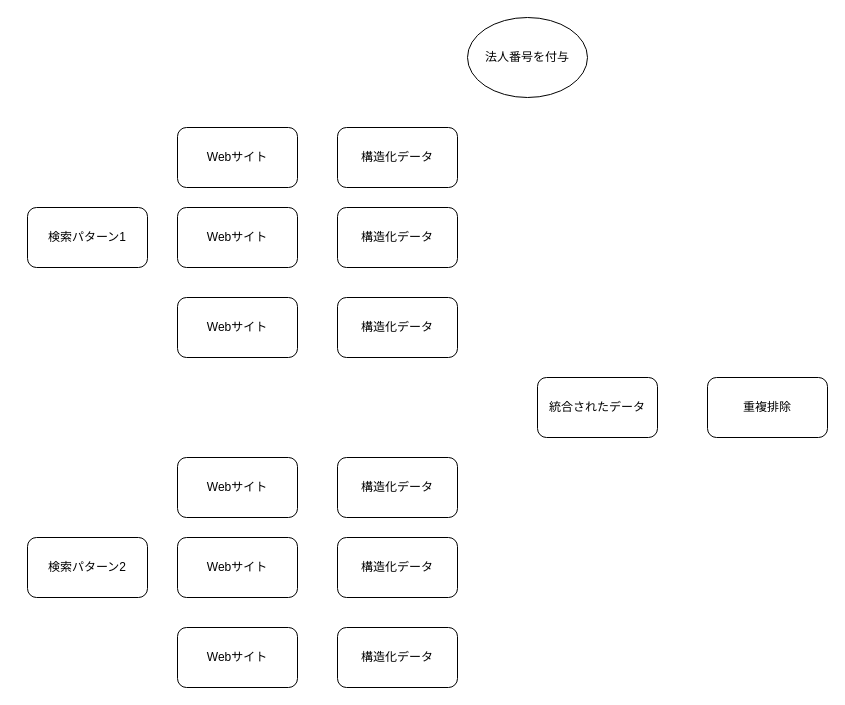
Before: gemini.drawio in gepuro/ai_agent_company_research, a draw.io diagram. Source tidied: cells renumbered, new cells numbered last; positions are measured from the earlier drawing's top-left corner, leaving out a move shared by most shapes. Both pictures are drawn from the tidied source at 100%, with x=0, y=0 at pixel (27, 17).
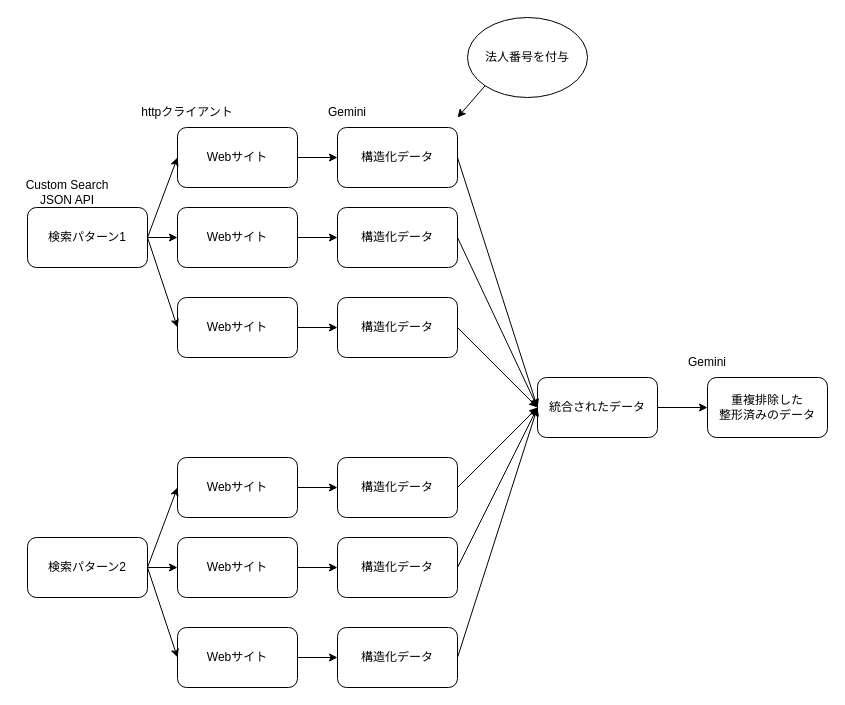
Above is the later version.

Commit message (it also covers changes not shown here):
gemini.drawio を更新します

The change refers to these unchanged cells:
```xml
<mxCell id="2" value="検索パターン1" style="rounded=1;whiteSpace=wrap;html=1;" parent="1" vertex="1">
  <mxGeometry y="190" width="120" height="60" as="geometry" />
</mxCell>
<mxCell id="3" value="Webサイト" style="rounded=1;whiteSpace=wrap;html=1;" parent="1" vertex="1">
  <mxGeometry x="150" y="110" width="120" height="60" as="geometry" />
</mxCell>
<mxCell id="4" value="構造化データ" style="rounded=1;whiteSpace=wrap;html=1;" parent="1" vertex="1">
  <mxGeometry x="310" y="110" width="120" height="60" as="geometry" />
</mxCell>
<mxCell id="5" value="統合されたデータ" style="rounded=1;whiteSpace=wrap;html=1;" parent="1" vertex="1">
  <mxGeometry x="510" y="360" width="120" height="60" as="geometry" />
</mxCell>
<mxCell id="7" value="Webサイト" style="rounded=1;whiteSpace=wrap;html=1;" parent="1" vertex="1">
  <mxGeometry x="150" y="190" width="120" height="60" as="geometry" />
</mxCell>
<mxCell id="8" value="Webサイト" style="rounded=1;whiteSpace=wrap;html=1;" parent="1" vertex="1">
  <mxGeometry x="150" y="280" width="120" height="60" as="geometry" />
</mxCell>
<mxCell id="9" value="構造化データ" style="rounded=1;whiteSpace=wrap;html=1;" parent="1" vertex="1">
  <mxGeometry x="310" y="190" width="120" height="60" as="geometry" />
</mxCell>
<mxCell id="10" value="構造化データ" style="rounded=1;whiteSpace=wrap;html=1;" parent="1" vertex="1">
  <mxGeometry x="310" y="280" width="120" height="60" as="geometry" />
</mxCell>
<mxCell id="11" value="検索パターン2" style="rounded=1;whiteSpace=wrap;html=1;" parent="1" vertex="1">
  <mxGeometry y="520" width="120" height="60" as="geometry" />
</mxCell>
<mxCell id="12" value="Webサイト" style="rounded=1;whiteSpace=wrap;html=1;" parent="1" vertex="1">
  <mxGeometry x="150" y="440" width="120" height="60" as="geometry" />
</mxCell>
<mxCell id="13" value="構造化データ" style="rounded=1;whiteSpace=wrap;html=1;" parent="1" vertex="1">
  <mxGeometry x="310" y="440" width="120" height="60" as="geometry" />
</mxCell>
<mxCell id="14" value="Webサイト" style="rounded=1;whiteSpace=wrap;html=1;" parent="1" vertex="1">
  <mxGeometry x="150" y="520" width="120" height="60" as="geometry" />
</mxCell>
<mxCell id="15" value="Webサイト" style="rounded=1;whiteSpace=wrap;html=1;" parent="1" vertex="1">
  <mxGeometry x="150" y="610" width="120" height="60" as="geometry" />
</mxCell>
<mxCell id="16" value="構造化データ" style="rounded=1;whiteSpace=wrap;html=1;" parent="1" vertex="1">
  <mxGeometry x="310" y="520" width="120" height="60" as="geometry" />
</mxCell>
<mxCell id="17" value="構造化データ" style="rounded=1;whiteSpace=wrap;html=1;" parent="1" vertex="1">
  <mxGeometry x="310" y="610" width="120" height="60" as="geometry" />
</mxCell>
<mxCell id="18" value="法人番号を付与" style="ellipse;whiteSpace=wrap;html=1;" parent="1" vertex="1">
  <mxGeometry x="440" width="120" height="80" as="geometry" />
</mxCell>
```

Change to the diagram source:
```diff
@@
-    <mxCell id="6" value="重複排除" style="rounded=1;whiteSpace=wrap;html=1;" parent="1" vertex="1">
+    <mxCell id="6" value="重複排除した&lt;div&gt;整形済みのデータ&lt;/div&gt;" style="rounded=1;whiteSpace=wrap;html=1;" parent="1" vertex="1">
       <mxGeometry x="680" y="360" width="120" height="60" as="geometry" />
     </mxCell>
@@
+    <mxCell id="19" style="endArrow=classic;html=1;rounded=0;exitX=0;exitY=1;exitDx=0;exitDy=0;" parent="1" edge="1" source="18">
+      <mxGeometry relative="1" as="geometry">
+        <mxPoint x="430" y="100" as="targetPoint" />
+      </mxGeometry>
+    </mxCell>
+    <mxCell id="20" style="endArrow=classic;html=1;rounded=0;exitX=1;exitY=0.5;exitDx=0;exitDy=0;entryX=0;entryY=0.5;entryDx=0;entryDy=0;" parent="1" edge="1" source="2" target="3">
+      <mxGeometry relative="1" as="geometry" />
+    </mxCell>
+    <mxCell id="21" style="endArrow=classic;html=1;rounded=0;exitX=1;exitY=0.5;exitDx=0;exitDy=0;entryX=0;entryY=0.5;entryDx=0;entryDy=0;" parent="1" edge="1" source="2" target="7">
+      <mxGeometry relative="1" as="geometry" />
+    </mxCell>
+    <mxCell id="22" style="endArrow=classic;html=1;rounded=0;exitX=1;exitY=0.5;exitDx=0;exitDy=0;entryX=0;entryY=0.5;entryDx=0;entryDy=0;" parent="1" edge="1" source="2" target="8">
+      <mxGeometry relative="1" as="geometry" />
+    </mxCell>
+    <mxCell id="23" style="endArrow=classic;html=1;rounded=0;exitX=1;exitY=0.5;exitDx=0;exitDy=0;entryX=0;entryY=0.5;entryDx=0;entryDy=0;" parent="1" edge="1" source="3" target="4">
+      <mxGeometry relative="1" as="geometry" />
+    </mxCell>
+    <mxCell id="24" style="endArrow=classic;html=1;rounded=0;exitX=1;exitY=0.5;exitDx=0;exitDy=0;entryX=0;entryY=0.5;entryDx=0;entryDy=0;" parent="1" edge="1" source="7" target="9">
+      <mxGeometry relative="1" as="geometry" />
+    </mxCell>
+    <mxCell id="25" style="endArrow=classic;html=1;rounded=0;exitX=1;exitY=0.5;exitDx=0;exitDy=0;entryX=0;entryY=0.5;entryDx=0;entryDy=0;" parent="1" edge="1" source="8" target="10">
+      <mxGeometry relative="1" as="geometry" />
+    </mxCell>
+    <mxCell id="26" style="endArrow=classic;html=1;rounded=0;exitX=1;exitY=0.5;exitDx=0;exitDy=0;entryX=0;entryY=0.5;entryDx=0;entryDy=0;" parent="1" edge="1" source="12" target="13">
+      <mxGeometry relative="1" as="geometry" />
+    </mxCell>
+    <mxCell id="27" style="endArrow=classic;html=1;rounded=0;exitX=1;exitY=0.5;exitDx=0;exitDy=0;entryX=0;entryY=0.5;entryDx=0;entryDy=0;" parent="1" edge="1" source="14" target="16">
+      <mxGeometry relative="1" as="geometry" />
+    </mxCell>
+    <mxCell id="28" style="endArrow=classic;html=1;rounded=0;exitX=1;exitY=0.5;exitDx=0;exitDy=0;entryX=0;entryY=0.5;entryDx=0;entryDy=0;" parent="1" edge="1" source="15" target="17">
+      <mxGeometry relative="1" as="geometry" />
+    </mxCell>
+    <mxCell id="29" style="endArrow=classic;html=1;rounded=0;exitX=1;exitY=0.5;exitDx=0;exitDy=0;entryX=0;entryY=0.5;entryDx=0;entryDy=0;" parent="1" edge="1" source="4" target="5">
+      <mxGeometry relative="1" as="geometry" />
+    </mxCell>
+    <mxCell id="30" style="endArrow=classic;html=1;rounded=0;exitX=1;exitY=0.5;exitDx=0;exitDy=0;entryX=0;entryY=0.5;entryDx=0;entryDy=0;" parent="1" edge="1" source="9" target="5">
+      <mxGeometry relative="1" as="geometry" />
+    </mxCell>
+    <mxCell id="31" style="endArrow=classic;html=1;rounded=0;exitX=1;exitY=0.5;exitDx=0;exitDy=0;" parent="1" edge="1" source="10">
+      <mxGeometry relative="1" as="geometry">
+        <mxPoint x="510" y="390" as="targetPoint" />
+      </mxGeometry>
+    </mxCell>
+    <mxCell id="32" style="endArrow=classic;html=1;rounded=0;exitX=1;exitY=0.5;exitDx=0;exitDy=0;entryX=0;entryY=0.5;entryDx=0;entryDy=0;" parent="1" edge="1" source="13" target="5">
+      <mxGeometry relative="1" as="geometry" />
+    </mxCell>
+    <mxCell id="33" style="endArrow=classic;html=1;rounded=0;exitX=1;exitY=0.5;exitDx=0;exitDy=0;entryX=0;entryY=0.5;entryDx=0;entryDy=0;" parent="1" edge="1" source="16" target="5">
+      <mxGeometry relative="1" as="geometry" />
+    </mxCell>
+    <mxCell id="34" style="endArrow=classic;html=1;rounded=0;exitX=1;exitY=0.5;exitDx=0;exitDy=0;entryX=0;entryY=0.5;entryDx=0;entryDy=0;" parent="1" edge="1" source="17" target="5">
+      <mxGeometry relative="1" as="geometry" />
+    </mxCell>
+    <mxCell id="35" style="endArrow=classic;html=1;rounded=0;exitX=1;exitY=0.5;exitDx=0;exitDy=0;entryX=0;entryY=0.5;entryDx=0;entryDy=0;" parent="1" edge="1" source="5" target="6">
+      <mxGeometry relative="1" as="geometry" />
+    </mxCell>
+    <mxCell id="36" style="endArrow=classic;html=1;rounded=0;exitX=1;exitY=0.5;exitDx=0;exitDy=0;entryX=0;entryY=0.5;entryDx=0;entryDy=0;" parent="1" edge="1" source="11" target="14">
+      <mxGeometry relative="1" as="geometry" />
+    </mxCell>
+    <mxCell id="37" style="endArrow=classic;html=1;rounded=0;exitX=1;exitY=0.5;exitDx=0;exitDy=0;entryX=0;entryY=0.5;entryDx=0;entryDy=0;" parent="1" edge="1" source="11" target="12">
+      <mxGeometry relative="1" as="geometry" />
+    </mxCell>
+    <mxCell id="38" style="endArrow=classic;html=1;rounded=0;exitX=1;exitY=0.5;exitDx=0;exitDy=0;entryX=0;entryY=0.5;entryDx=0;entryDy=0;" parent="1" edge="1" source="11" target="15">
+      <mxGeometry relative="1" as="geometry" />
+    </mxCell>
+    <mxCell id="39" value="Gemini" style="text;strokeColor=none;align=center;fillColor=none;html=1;verticalAlign=middle;whiteSpace=wrap;rounded=0;" parent="1" vertex="1">
+      <mxGeometry x="290" y="80" width="60" height="30" as="geometry" />
+    </mxCell>
+    <mxCell id="40" value="Gemini" style="text;strokeColor=none;align=center;fillColor=none;html=1;verticalAlign=middle;whiteSpace=wrap;rounded=0;" parent="1" vertex="1">
+      <mxGeometry x="650" y="330" width="60" height="30" as="geometry" />
+    </mxCell>
+    <mxCell id="41" value="Custom Search JSON API" style="text;strokeColor=none;align=center;fillColor=none;html=1;verticalAlign=middle;whiteSpace=wrap;rounded=0;" parent="1" vertex="1">
+      <mxGeometry x="-10" y="160" width="100" height="30" as="geometry" />
+    </mxCell>
+    <mxCell id="42" value="httpクライアント" style="text;strokeColor=none;align=center;fillColor=none;html=1;verticalAlign=middle;whiteSpace=wrap;rounded=0;" parent="1" vertex="1">
+      <mxGeometry x="110" y="80" width="100" height="30" as="geometry" />
+    </mxCell>
```
